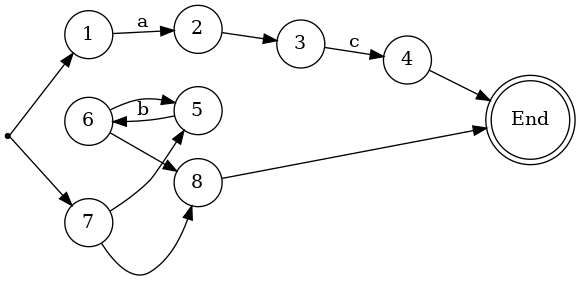
Earlier version of the Graphviz export OT1/nfa.dot.png (KONGM1MG/Compiler-System). Its source is kept beside it as OT1/nfa.dot. Its diagram source:
```dot
digraph NFA {
rankdir=LR;
1 [shape=circle];
2 [shape=circle];
3 [shape=circle];
4 [shape=circle];
5 [shape=circle];
6 [shape=circle];
7 [shape=point];
8 [shape=doublecircle];
1 -> 2 [label="a"];
2 -> 3 [label=" "];
3 -> 4 [label="b"];
4 -> 8 [label=" "];
5 -> 6 [label="c"];
6 -> 8 [label=" "];
7 -> 1 [label=" "];
7 -> 5 [label=" "];
}
```
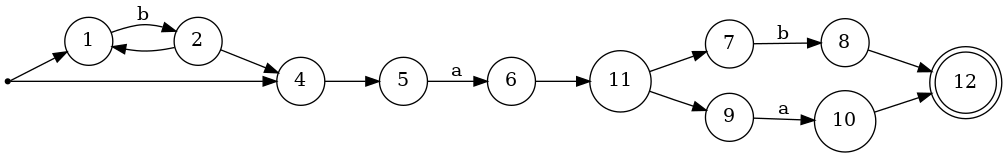
Above is the later version.

Diff of the diagram source:
```diff
@@ -2,18 +2,28 @@
 rankdir=LR;
 1 [shape=circle];
 2 [shape=circle];
-3 [shape=circle];
+3 [shape=point];
 4 [shape=circle];
 5 [shape=circle];
 6 [shape=circle];
-7 [shape=point];
-8 [shape=doublecircle];
-1 -> 2 [label="a"];
-2 -> 3 [label=" "];
-3 -> 4 [label="b"];
-4 -> 8 [label=" "];
-5 -> 6 [label="c"];
-6 -> 8 [label=" "];
-7 -> 1 [label=" "];
-7 -> 5 [label=" "];
+7 [shape=circle];
+8 [shape=circle];
+9 [shape=circle];
+10 [shape=circle];
+11 [shape=circle];
+12 [shape=doublecircle];
+1 -> 2 [label="b"];
+2 -> 4 [label=" "];
+2 -> 1 [label=" "];
+3 -> 1 [label=" "];
+3 -> 4 [label=" "];
+4 -> 5 [label=" "];
+5 -> 6 [label="a"];
+6 -> 11 [label=" "];
+7 -> 8 [label="b"];
+8 -> 12 [label=" "];
+9 -> 10 [label="a"];
+10 -> 12 [label=" "];
+11 -> 7 [label=" "];
+11 -> 9 [label=" "];
 }
```
